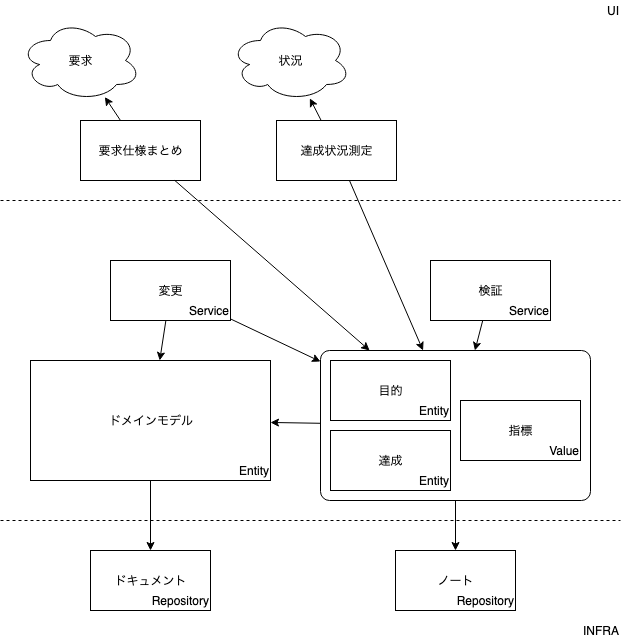
Earlier version of the draw.io export static/docs/docs/abstract/abstract.png (getto-systems/docs). Source tidied: cells renumbered, new cells last; positions are measured from the earlier drawing's top-left corner, leaving out a move shared by most shapes. Source of this version:
```xml
<mxGraphModel>
  <root>
    <mxCell id="0" />
    <mxCell id="1" parent="0" />
    <mxCell id="2" style="rounded=1;whiteSpace=wrap;html=1;align=right;arcSize=6;" parent="1" vertex="1">
      <mxGeometry x="320" y="350" width="270" height="150" as="geometry" />
    </mxCell>
    <mxCell id="3" value="要求" style="ellipse;shape=cloud;whiteSpace=wrap;html=1;align=center;" parent="1" vertex="1">
      <mxGeometry x="20" y="20" width="120" height="80" as="geometry" />
    </mxCell>
    <mxCell id="4" value="状況" style="ellipse;shape=cloud;whiteSpace=wrap;html=1;align=center;" parent="1" vertex="1">
      <mxGeometry x="230" y="20" width="120" height="80" as="geometry" />
    </mxCell>
    <mxCell id="5" style="endArrow=classic;html=1;" parent="1" edge="1" source="2" target="41">
      <mxGeometry relative="1" as="geometry" />
    </mxCell>
    <mxCell id="6" style="endArrow=classic;html=1;" parent="1" edge="1" source="41" target="11">
      <mxGeometry relative="1" as="geometry" />
    </mxCell>
    <mxCell id="7" style="endArrow=classic;html=1;" parent="1" edge="1" source="2" target="29">
      <mxGeometry relative="1" as="geometry" />
    </mxCell>
    <mxCell id="8" style="endArrow=classic;html=1;" parent="1" edge="1" source="14" target="41">
      <mxGeometry relative="1" as="geometry" />
    </mxCell>
    <mxCell id="9" style="endArrow=classic;html=1;" parent="1" edge="1" source="14" target="2">
      <mxGeometry relative="1" as="geometry" />
    </mxCell>
    <mxCell id="10" style="group;" parent="1" vertex="1">
      <mxGeometry x="90" y="550" width="120" height="60" as="geometry" />
    </mxCell>
    <mxCell id="11" value="ドキュメント" style="rounded=0;whiteSpace=wrap;html=1;" parent="10" vertex="1">
      <mxGeometry width="120" height="60" as="geometry" />
    </mxCell>
    <mxCell id="12" value="Repository" style="text;html=1;strokeColor=none;fillColor=none;align=right;verticalAlign=middle;whiteSpace=wrap;rounded=0;" parent="10" vertex="1">
      <mxGeometry x="60" y="40" width="60" height="20" as="geometry" />
    </mxCell>
    <mxCell id="13" style="group;" parent="1" vertex="1">
      <mxGeometry x="110" y="260" width="120" height="60" as="geometry" />
    </mxCell>
    <mxCell id="14" value="変更" style="rounded=0;whiteSpace=wrap;html=1;align=center;" parent="13" vertex="1">
      <mxGeometry width="120" height="60" as="geometry" />
    </mxCell>
    <mxCell id="15" value="Service" style="text;html=1;strokeColor=none;fillColor=none;align=right;verticalAlign=middle;whiteSpace=wrap;rounded=0;" parent="13" vertex="1">
      <mxGeometry x="70" y="40" width="50" height="20" as="geometry" />
    </mxCell>
    <mxCell id="16" style="group;" parent="1" vertex="1">
      <mxGeometry x="430" y="260" width="120" height="60" as="geometry" />
    </mxCell>
    <mxCell id="17" value="検証" style="rounded=0;whiteSpace=wrap;html=1;align=center;" parent="16" vertex="1">
      <mxGeometry width="120" height="60" as="geometry" />
    </mxCell>
    <mxCell id="18" value="Service" style="text;html=1;strokeColor=none;fillColor=none;align=right;verticalAlign=middle;whiteSpace=wrap;rounded=0;" parent="16" vertex="1">
      <mxGeometry x="70" y="40" width="50" height="20" as="geometry" />
    </mxCell>
    <mxCell id="19" style="group;" parent="1" vertex="1">
      <mxGeometry x="330" y="360" width="120" height="60" as="geometry" />
    </mxCell>
    <mxCell id="20" value="目的" style="rounded=0;whiteSpace=wrap;html=1;align=center;" parent="19" vertex="1">
      <mxGeometry width="120" height="60" as="geometry" />
    </mxCell>
    <mxCell id="21" value="Entity" style="text;html=1;strokeColor=none;fillColor=none;align=right;verticalAlign=middle;whiteSpace=wrap;rounded=0;" parent="19" vertex="1">
      <mxGeometry x="80" y="40" width="40" height="20" as="geometry" />
    </mxCell>
    <mxCell id="22" style="group;" parent="1" vertex="1">
      <mxGeometry x="330" y="430" width="120" height="60" as="geometry" />
    </mxCell>
    <mxCell id="23" value="達成" style="rounded=0;whiteSpace=wrap;html=1;align=center;" parent="22" vertex="1">
      <mxGeometry width="120" height="60" as="geometry" />
    </mxCell>
    <mxCell id="24" value="Entity" style="text;html=1;strokeColor=none;fillColor=none;align=right;verticalAlign=middle;whiteSpace=wrap;rounded=0;" parent="22" vertex="1">
      <mxGeometry x="80" y="40" width="40" height="20" as="geometry" />
    </mxCell>
    <mxCell id="25" style="group;" parent="1" vertex="1">
      <mxGeometry x="460" y="400" width="120" height="60" as="geometry" />
    </mxCell>
    <mxCell id="26" value="指標" style="rounded=0;whiteSpace=wrap;html=1;align=center;" parent="25" vertex="1">
      <mxGeometry width="120" height="60" as="geometry" />
    </mxCell>
    <mxCell id="27" value="Value" style="text;html=1;strokeColor=none;fillColor=none;align=right;verticalAlign=middle;whiteSpace=wrap;rounded=0;" parent="25" vertex="1">
      <mxGeometry x="80" y="40" width="40" height="20" as="geometry" />
    </mxCell>
    <mxCell id="28" style="group;" parent="1" vertex="1">
      <mxGeometry x="395" y="550" width="120" height="60" as="geometry" />
    </mxCell>
    <mxCell id="29" value="ノート" style="rounded=0;whiteSpace=wrap;html=1;align=center;" parent="28" vertex="1">
      <mxGeometry width="120" height="60" as="geometry" />
    </mxCell>
    <mxCell id="30" value="Repository" style="text;html=1;strokeColor=none;fillColor=none;align=right;verticalAlign=middle;whiteSpace=wrap;rounded=0;" parent="28" vertex="1">
      <mxGeometry x="50" y="40" width="70" height="20" as="geometry" />
    </mxCell>
    <mxCell id="31" style="endArrow=none;dashed=1;html=1;" parent="1" edge="1">
      <mxGeometry relative="1" as="geometry">
        <mxPoint y="520" as="sourcePoint" />
        <mxPoint x="620" y="520" as="targetPoint" />
      </mxGeometry>
    </mxCell>
    <mxCell id="32" style="endArrow=classic;html=1;" parent="1" edge="1" source="17" target="2">
      <mxGeometry relative="1" as="geometry" />
    </mxCell>
    <mxCell id="33" value="要求仕様まとめ" style="rounded=0;whiteSpace=wrap;html=1;align=center;" parent="1" vertex="1">
      <mxGeometry x="80" y="120" width="120" height="60" as="geometry" />
    </mxCell>
    <mxCell id="34" value="達成状況測定" style="rounded=0;whiteSpace=wrap;html=1;align=center;" parent="1" vertex="1">
      <mxGeometry x="276" y="120" width="120" height="60" as="geometry" />
    </mxCell>
    <mxCell id="35" style="endArrow=classic;html=1;" parent="1" edge="1" source="33" target="3">
      <mxGeometry relative="1" as="geometry" />
    </mxCell>
    <mxCell id="36" style="endArrow=classic;html=1;" parent="1" edge="1" source="34" target="4">
      <mxGeometry relative="1" as="geometry" />
    </mxCell>
    <mxCell id="37" style="endArrow=classic;html=1;" parent="1" edge="1" source="33" target="2">
      <mxGeometry relative="1" as="geometry" />
    </mxCell>
    <mxCell id="38" style="endArrow=classic;html=1;" parent="1" edge="1" source="34" target="2">
      <mxGeometry relative="1" as="geometry" />
    </mxCell>
    <mxCell id="39" style="endArrow=none;dashed=1;html=1;" parent="1" edge="1">
      <mxGeometry relative="1" as="geometry">
        <mxPoint y="200" as="sourcePoint" />
        <mxPoint x="620" y="200" as="targetPoint" />
      </mxGeometry>
    </mxCell>
    <mxCell id="40" style="group;" parent="1" vertex="1">
      <mxGeometry x="30" y="360" width="240" height="120" as="geometry" />
    </mxCell>
    <mxCell id="41" value="ドメインモデル" style="rounded=0;whiteSpace=wrap;html=1;" parent="40" vertex="1">
      <mxGeometry width="240" height="120" as="geometry" />
    </mxCell>
    <mxCell id="42" value="Entity" style="text;html=1;strokeColor=none;fillColor=none;align=right;verticalAlign=middle;whiteSpace=wrap;rounded=0;" parent="40" vertex="1">
      <mxGeometry x="200" y="100" width="40" height="20" as="geometry" />
    </mxCell>
    <mxCell id="43" value="INFRA" style="text;html=1;strokeColor=none;fillColor=none;align=right;verticalAlign=middle;whiteSpace=wrap;rounded=0;" parent="1" vertex="1">
      <mxGeometry x="580" y="620" width="40" height="20" as="geometry" />
    </mxCell>
    <mxCell id="44" value="UI" style="text;html=1;strokeColor=none;fillColor=none;align=right;verticalAlign=middle;whiteSpace=wrap;rounded=0;" parent="1" vertex="1">
      <mxGeometry x="580" width="40" height="20" as="geometry" />
    </mxCell>
  </root>
</mxGraphModel>
```
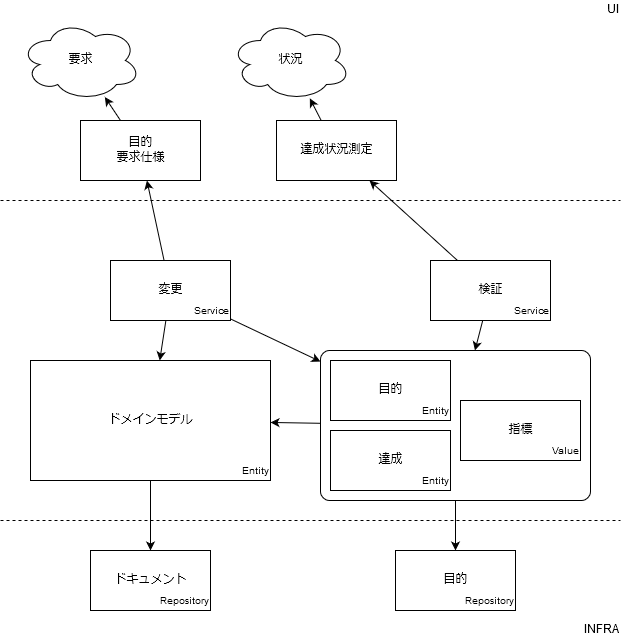
Later version of the same file.

The edit, as a diff of the source:
```diff
@@ -32,34 +32,16 @@
     <mxCell id="11" value="ドキュメント" style="rounded=0;whiteSpace=wrap;html=1;" parent="10" vertex="1">
       <mxGeometry width="120" height="60" as="geometry" />
     </mxCell>
-    <mxCell id="12" value="Repository" style="text;html=1;strokeColor=none;fillColor=none;align=right;verticalAlign=middle;whiteSpace=wrap;rounded=0;" parent="10" vertex="1">
+    <mxCell id="12" value="Repository" style="text;html=1;strokeColor=none;fillColor=none;align=right;verticalAlign=bottom;whiteSpace=wrap;rounded=0;fontSize=10;" parent="10" vertex="1">
       <mxGeometry x="60" y="40" width="60" height="20" as="geometry" />
     </mxCell>
-    <mxCell id="13" style="group;" parent="1" vertex="1">
-      <mxGeometry x="110" y="260" width="120" height="60" as="geometry" />
-    </mxCell>
-    <mxCell id="14" value="変更" style="rounded=0;whiteSpace=wrap;html=1;align=center;" parent="13" vertex="1">
-      <mxGeometry width="120" height="60" as="geometry" />
-    </mxCell>
-    <mxCell id="15" value="Service" style="text;html=1;strokeColor=none;fillColor=none;align=right;verticalAlign=middle;whiteSpace=wrap;rounded=0;" parent="13" vertex="1">
-      <mxGeometry x="70" y="40" width="50" height="20" as="geometry" />
-    </mxCell>
-    <mxCell id="16" style="group;" parent="1" vertex="1">
-      <mxGeometry x="430" y="260" width="120" height="60" as="geometry" />
-    </mxCell>
-    <mxCell id="17" value="検証" style="rounded=0;whiteSpace=wrap;html=1;align=center;" parent="16" vertex="1">
-      <mxGeometry width="120" height="60" as="geometry" />
-    </mxCell>
-    <mxCell id="18" value="Service" style="text;html=1;strokeColor=none;fillColor=none;align=right;verticalAlign=middle;whiteSpace=wrap;rounded=0;" parent="16" vertex="1">
-      <mxGeometry x="70" y="40" width="50" height="20" as="geometry" />
-    </mxCell>
     <mxCell id="19" style="group;" parent="1" vertex="1">
       <mxGeometry x="330" y="360" width="120" height="60" as="geometry" />
     </mxCell>
     <mxCell id="20" value="目的" style="rounded=0;whiteSpace=wrap;html=1;align=center;" parent="19" vertex="1">
       <mxGeometry width="120" height="60" as="geometry" />
     </mxCell>
-    <mxCell id="21" value="Entity" style="text;html=1;strokeColor=none;fillColor=none;align=right;verticalAlign=middle;whiteSpace=wrap;rounded=0;" parent="19" vertex="1">
+    <mxCell id="21" value="Entity" style="text;html=1;strokeColor=none;fillColor=none;align=right;verticalAlign=bottom;whiteSpace=wrap;rounded=0;fontSize=10;" parent="19" vertex="1">
       <mxGeometry x="80" y="40" width="40" height="20" as="geometry" />
     </mxCell>
     <mxCell id="22" style="group;" parent="1" vertex="1">
@@ -68,7 +50,7 @@
     <mxCell id="23" value="達成" style="rounded=0;whiteSpace=wrap;html=1;align=center;" parent="22" vertex="1">
       <mxGeometry width="120" height="60" as="geometry" />
     </mxCell>
-    <mxCell id="24" value="Entity" style="text;html=1;strokeColor=none;fillColor=none;align=right;verticalAlign=middle;whiteSpace=wrap;rounded=0;" parent="22" vertex="1">
+    <mxCell id="24" value="Entity" style="text;html=1;strokeColor=none;fillColor=none;align=right;verticalAlign=bottom;whiteSpace=wrap;rounded=0;fontSize=10;" parent="22" vertex="1">
       <mxGeometry x="80" y="40" width="40" height="20" as="geometry" />
     </mxCell>
     <mxCell id="25" style="group;" parent="1" vertex="1">
@@ -77,16 +59,16 @@
     <mxCell id="26" value="指標" style="rounded=0;whiteSpace=wrap;html=1;align=center;" parent="25" vertex="1">
       <mxGeometry width="120" height="60" as="geometry" />
     </mxCell>
-    <mxCell id="27" value="Value" style="text;html=1;strokeColor=none;fillColor=none;align=right;verticalAlign=middle;whiteSpace=wrap;rounded=0;" parent="25" vertex="1">
+    <mxCell id="27" value="Value" style="text;html=1;strokeColor=none;fillColor=none;align=right;verticalAlign=bottom;whiteSpace=wrap;rounded=0;fontSize=10;" parent="25" vertex="1">
       <mxGeometry x="80" y="40" width="40" height="20" as="geometry" />
     </mxCell>
     <mxCell id="28" style="group;" parent="1" vertex="1">
       <mxGeometry x="395" y="550" width="120" height="60" as="geometry" />
     </mxCell>
-    <mxCell id="29" value="ノート" style="rounded=0;whiteSpace=wrap;html=1;align=center;" parent="28" vertex="1">
+    <mxCell id="29" value="目的" style="rounded=0;whiteSpace=wrap;html=1;align=center;" parent="28" vertex="1">
       <mxGeometry width="120" height="60" as="geometry" />
     </mxCell>
-    <mxCell id="30" value="Repository" style="text;html=1;strokeColor=none;fillColor=none;align=right;verticalAlign=middle;whiteSpace=wrap;rounded=0;" parent="28" vertex="1">
+    <mxCell id="30" value="Repository" style="text;html=1;strokeColor=none;fillColor=none;align=right;verticalAlign=bottom;whiteSpace=wrap;rounded=0;fontSize=10;" parent="28" vertex="1">
       <mxGeometry x="50" y="40" width="70" height="20" as="geometry" />
     </mxCell>
     <mxCell id="31" style="endArrow=none;dashed=1;html=1;" parent="1" edge="1">
@@ -98,7 +80,7 @@
     <mxCell id="32" style="endArrow=classic;html=1;" parent="1" edge="1" source="17" target="2">
       <mxGeometry relative="1" as="geometry" />
     </mxCell>
-    <mxCell id="33" value="要求仕様まとめ" style="rounded=0;whiteSpace=wrap;html=1;align=center;" parent="1" vertex="1">
+    <mxCell id="33" value="&lt;div&gt;目的&lt;/div&gt;&lt;div&gt;要求仕様&lt;/div&gt;" style="rounded=0;whiteSpace=wrap;html=1;align=center;" parent="1" vertex="1">
       <mxGeometry x="80" y="120" width="120" height="60" as="geometry" />
     </mxCell>
     <mxCell id="34" value="達成状況測定" style="rounded=0;whiteSpace=wrap;html=1;align=center;" parent="1" vertex="1">
@@ -110,10 +92,10 @@
     <mxCell id="36" style="endArrow=classic;html=1;" parent="1" edge="1" source="34" target="4">
       <mxGeometry relative="1" as="geometry" />
     </mxCell>
-    <mxCell id="37" style="endArrow=classic;html=1;" parent="1" edge="1" source="33" target="2">
+    <mxCell id="37" style="endArrow=classic;html=1;" parent="1" edge="1" source="14" target="33">
       <mxGeometry relative="1" as="geometry" />
     </mxCell>
-    <mxCell id="38" style="endArrow=classic;html=1;" parent="1" edge="1" source="34" target="2">
+    <mxCell id="38" style="endArrow=classic;html=1;" parent="1" edge="1" source="17" target="34">
       <mxGeometry relative="1" as="geometry" />
     </mxCell>
     <mxCell id="39" style="endArrow=none;dashed=1;html=1;" parent="1" edge="1">
@@ -128,7 +110,7 @@
     <mxCell id="41" value="ドメインモデル" style="rounded=0;whiteSpace=wrap;html=1;" parent="40" vertex="1">
       <mxGeometry width="240" height="120" as="geometry" />
     </mxCell>
-    <mxCell id="42" value="Entity" style="text;html=1;strokeColor=none;fillColor=none;align=right;verticalAlign=middle;whiteSpace=wrap;rounded=0;" parent="40" vertex="1">
+    <mxCell id="42" value="Entity" style="text;html=1;strokeColor=none;fillColor=none;align=right;verticalAlign=bottom;whiteSpace=wrap;rounded=0;fontSize=10;" parent="40" vertex="1">
       <mxGeometry x="200" y="100" width="40" height="20" as="geometry" />
     </mxCell>
     <mxCell id="43" value="INFRA" style="text;html=1;strokeColor=none;fillColor=none;align=right;verticalAlign=middle;whiteSpace=wrap;rounded=0;" parent="1" vertex="1">
@@ -137,5 +119,29 @@
     <mxCell id="44" value="UI" style="text;html=1;strokeColor=none;fillColor=none;align=right;verticalAlign=middle;whiteSpace=wrap;rounded=0;" parent="1" vertex="1">
       <mxGeometry x="580" width="40" height="20" as="geometry" />
     </mxCell>
+    <mxCell id="45" style="group;" parent="1" vertex="1">
+      <mxGeometry x="110" y="260" width="120" height="60" as="geometry" />
+    </mxCell>
+    <mxCell id="13" style="group;verticalAlign=bottom;" parent="45" vertex="1">
+      <mxGeometry width="120" height="60" as="geometry" />
+    </mxCell>
+    <mxCell id="14" value="変更" style="rounded=0;whiteSpace=wrap;html=1;align=center;" parent="13" vertex="1">
+      <mxGeometry width="120" height="60" as="geometry" />
+    </mxCell>
+    <mxCell id="15" value="Service" style="text;html=1;strokeColor=none;fillColor=none;align=right;verticalAlign=bottom;whiteSpace=wrap;rounded=0;fontSize=10;" parent="13" vertex="1">
+      <mxGeometry x="70" y="40" width="50" height="20" as="geometry" />
+    </mxCell>
+    <mxCell id="46" style="group;" parent="1" vertex="1">
+      <mxGeometry x="430" y="260" width="120" height="60" as="geometry" />
+    </mxCell>
+    <mxCell id="16" style="group;" parent="46" vertex="1">
+      <mxGeometry width="120" height="60" as="geometry" />
+    </mxCell>
+    <mxCell id="17" value="検証" style="rounded=0;whiteSpace=wrap;html=1;align=center;" parent="16" vertex="1">
+      <mxGeometry width="120" height="60" as="geometry" />
+    </mxCell>
+    <mxCell id="18" value="Service" style="text;html=1;strokeColor=none;fillColor=none;align=right;verticalAlign=bottom;whiteSpace=wrap;rounded=0;fontSize=10;" parent="16" vertex="1">
+      <mxGeometry x="70" y="40" width="50" height="20" as="geometry" />
+    </mxCell>
   </root>
 </mxGraphModel>
```
